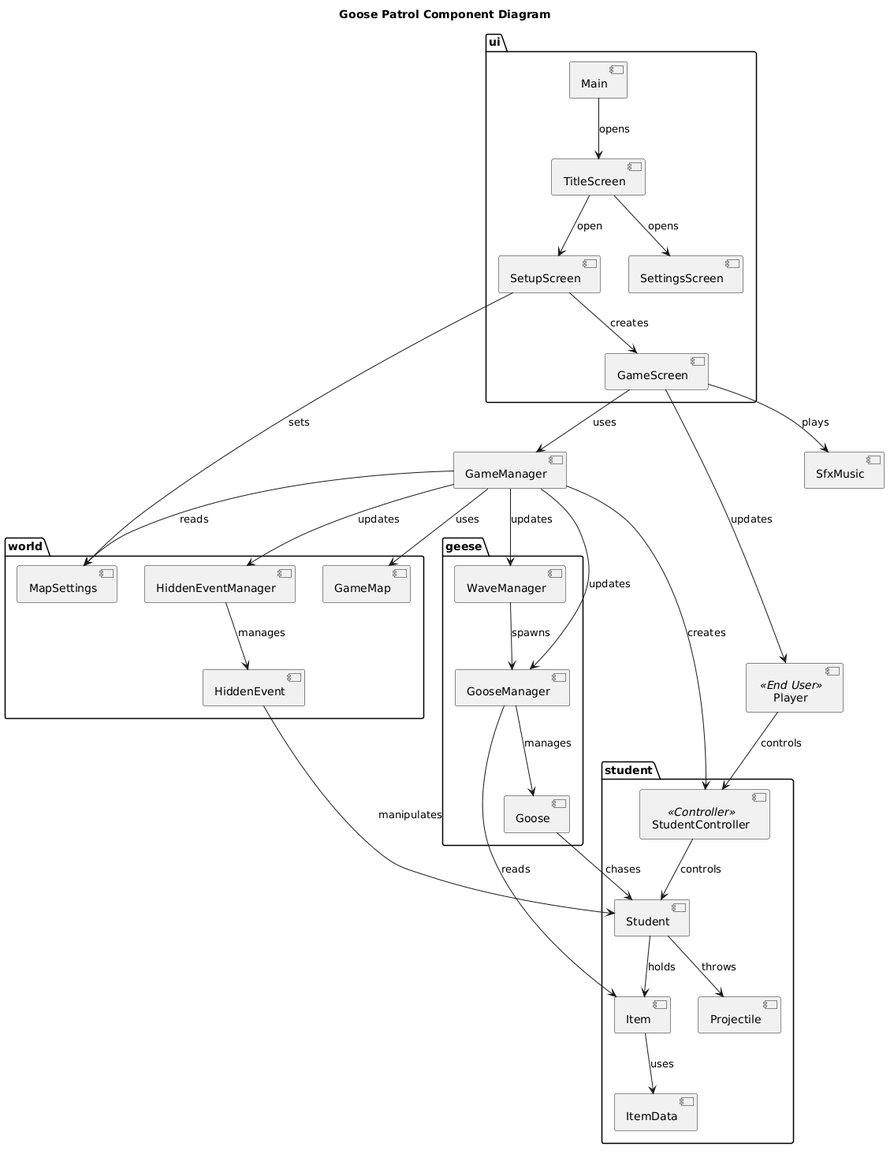
Before: images/architecture/component_diagram.png, a diagram exported from PlantUML (map-jhak/map-jhak.github.io).
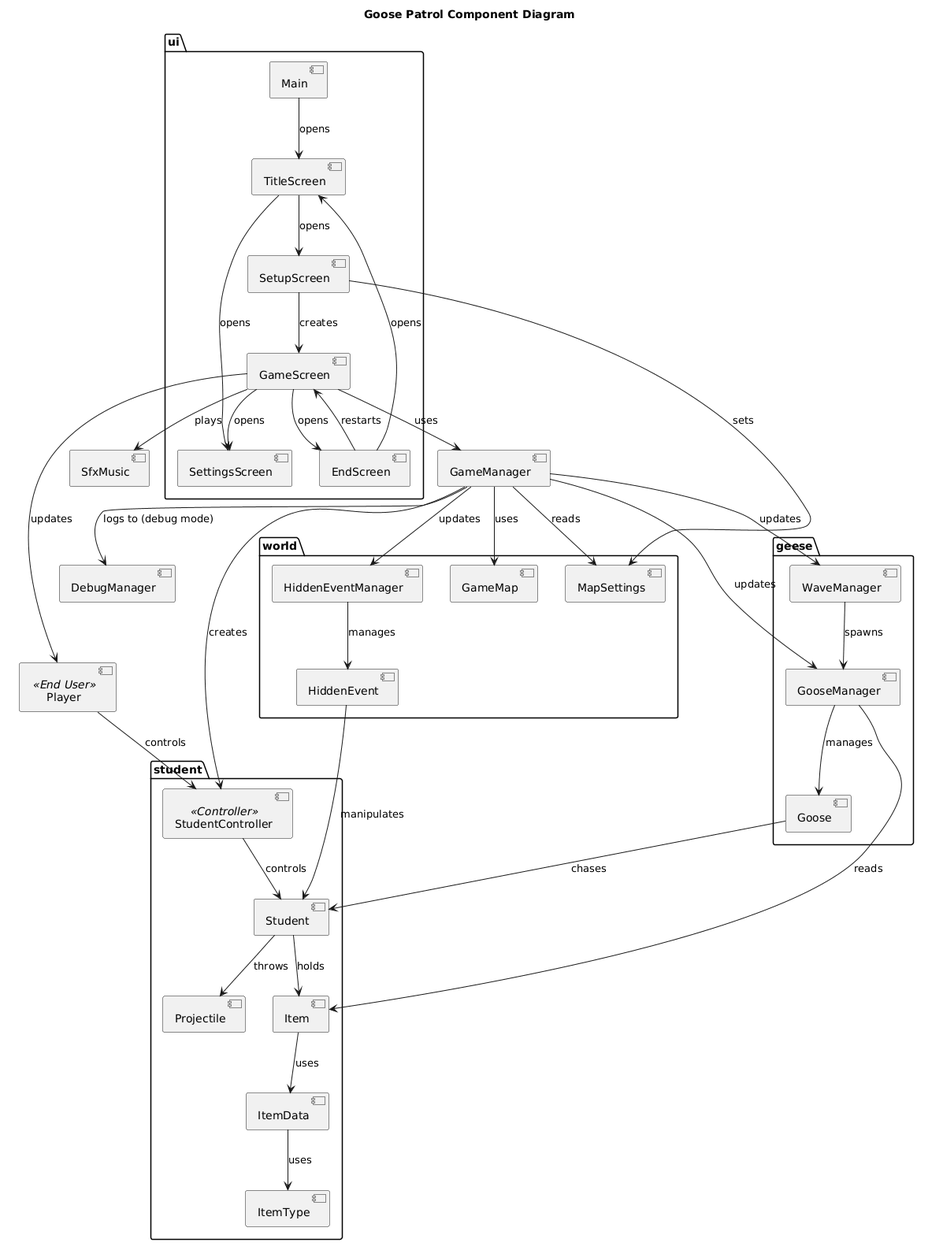
After the commit.

Commit message:
update component diagram

What changed in the source:
```diff
@@ -6,6 +6,7 @@
 [Player] <<End User>>
 [GameManager]
 [SfxMusic]
+[DebugManager]
 
 package "ui" {
 
@@ -14,6 +15,7 @@
     [SetupScreen]
     [SettingsScreen]
     [GameScreen]
+    [EndScreen]
 
 }
 
@@ -24,6 +26,7 @@
     [Item]
     [Projectile]
     [ItemData]
+    [ItemType]
 
 }
 
@@ -48,12 +51,16 @@
 [GameScreen] --> [Player] : updates
 
 [Main] --> [TitleScreen] : opens
-[TitleScreen] --> [SetupScreen] : open
+[TitleScreen] --> [SetupScreen] : opens
 [TitleScreen] --> [SettingsScreen] : opens
 [SetupScreen] --> [GameScreen] : creates
 [SetupScreen] --> [MapSettings] : sets
 [GameScreen] --> [GameManager] :uses
 [GameScreen] --> [SfxMusic] :plays
+[GameScreen] --> [EndScreen] : opens
+[GameScreen] --> [SettingsScreen] : opens
+[EndScreen] --> [GameScreen] : restarts
+[EndScreen] --> [TitleScreen] : opens
 
 
 [GameManager] --> [StudentController] : creates
@@ -61,6 +68,7 @@
 [Student] --> [Item] : holds
 [Student] --> [Projectile] : throws
 [Item] --> [ItemData] : uses
+[ItemData] --> [ItemType] : uses
 [GameManager] --> [GooseManager] : updates
 [GameManager] --> [WaveManager] :  updates
 [WaveManager] --> [GooseManager] : spawns
@@ -73,4 +81,5 @@
 [GameManager] --> [HiddenEventManager] : updates
 [HiddenEventManager] --> [HiddenEvent] : manages
 [HiddenEvent] --> [Student] : manipulates
+[GameManager] --> [DebugManager] : logs to (debug mode)
 @enduml
```
